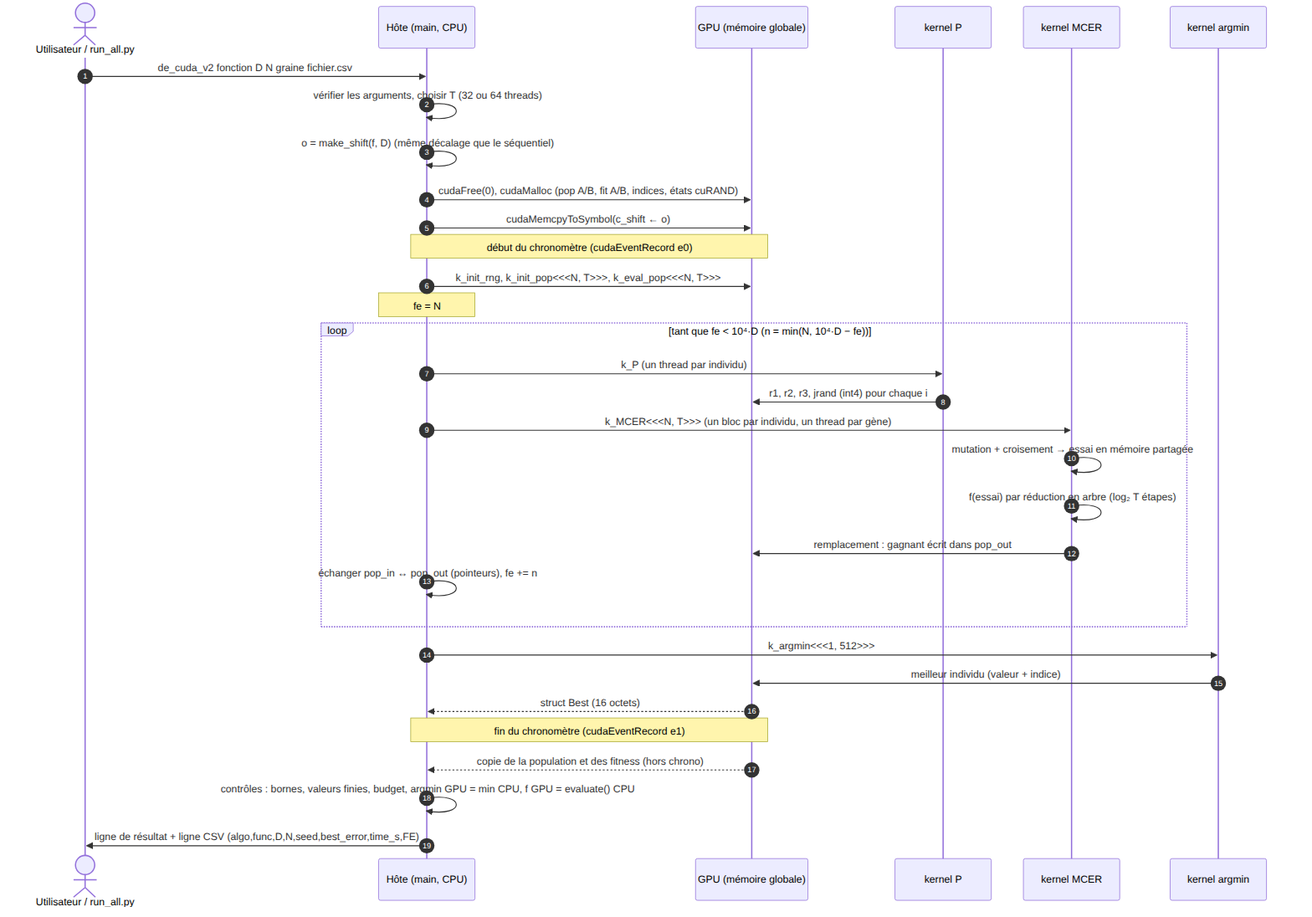
Earlier version of the Mermaid export docs/uml/sequence_de_gpu_v2.png (amenacer/DE_CUDA). Its source is kept beside it as docs/uml/sequence_de_gpu_v2.mmd.
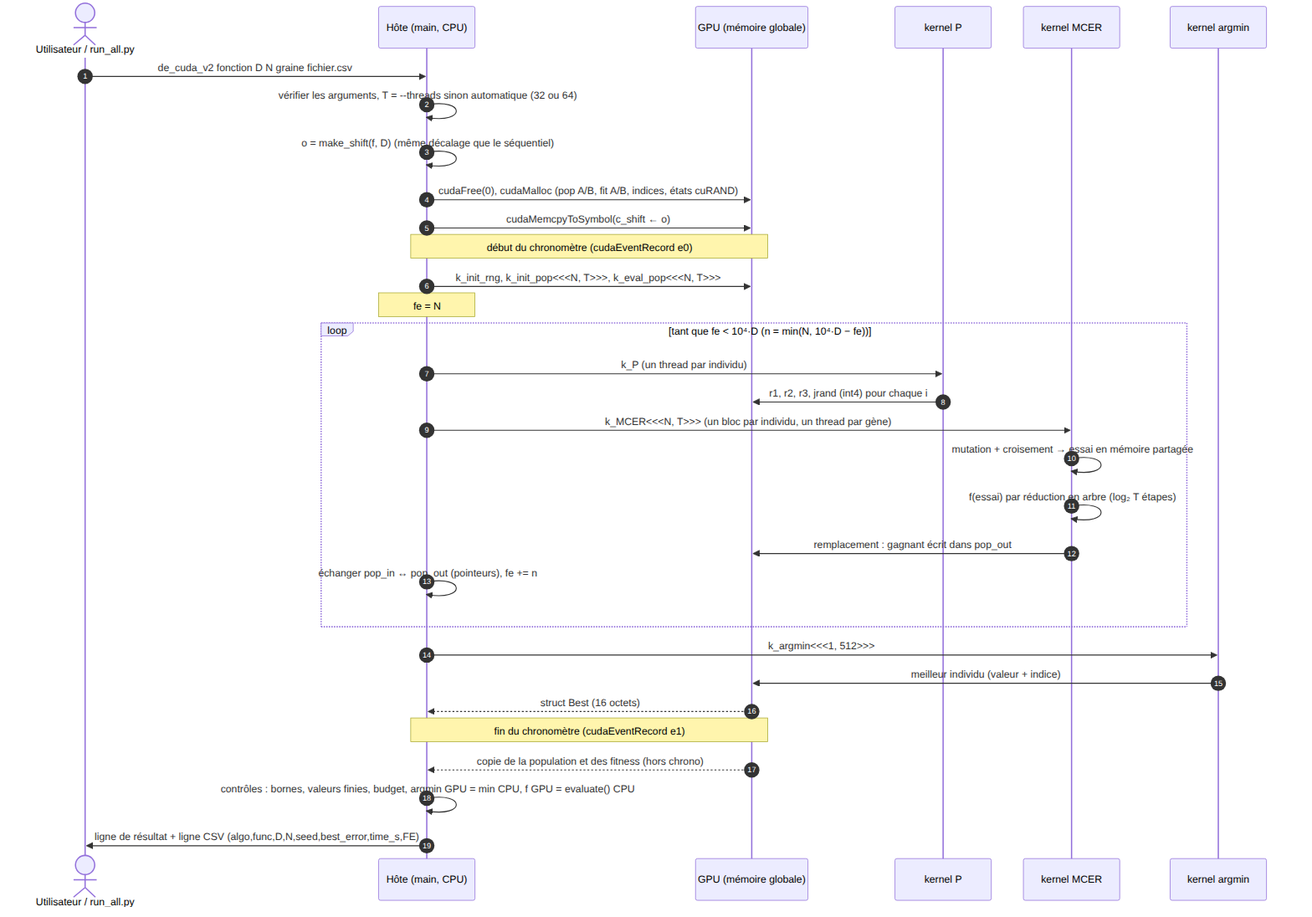
Above is the later version.

Commit message:
8.1 : diagramme d'activite conforme au code (--occupation, --threads, cudaFree(0), codes de sortie) (refs #18)

Diff of the diagram source:
```diff
@@ -8,7 +8,7 @@
     participant KA as kernel argmin
 
     U->>H: de_cuda_v2 fonction D N graine fichier.csv
-    H->>H: vérifier les arguments, choisir T (32 ou 64 threads)
+    H->>H: vérifier les arguments, T = --threads sinon automatique (32 ou 64)
     H->>H: o = make_shift(f, D) (même décalage que le séquentiel)
     H->>G: cudaFree(0), cudaMalloc (pop A/B, fit A/B, indices, états cuRAND)
     H->>G: cudaMemcpyToSymbol(c_shift ← o)
```
